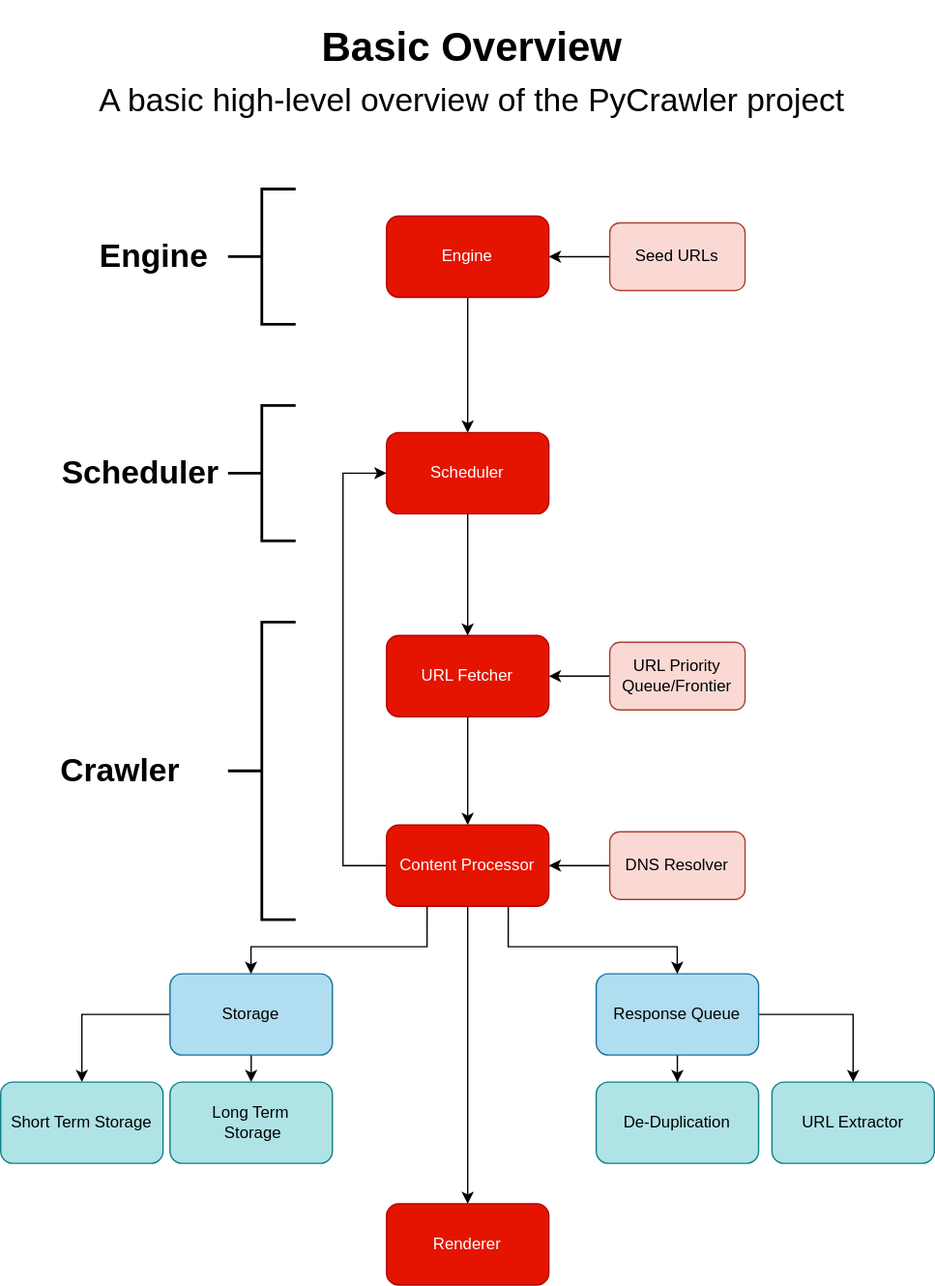
Before: SystemDesign.drawio.svg, a diagram exported from draw.io (techapostle/PyCrawler). Source tidied: cells renumbered, new cells last; positions are measured from the earlier drawing's top-left corner, leaving out a move shared by most shapes.
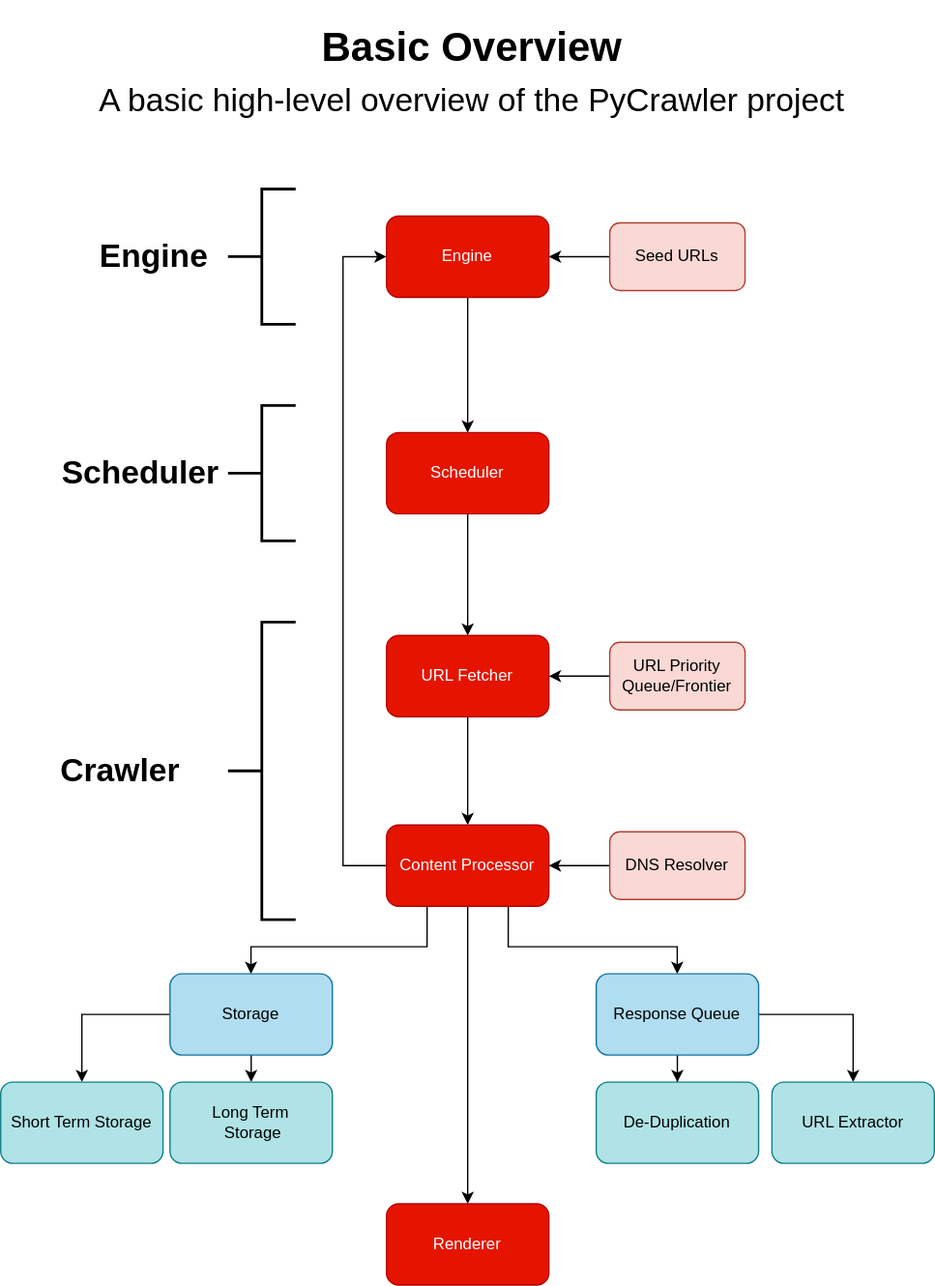
The same file after the commit.

What changed in the source:
```diff
@@ -37,11 +37,11 @@
     <mxCell id="11" style="edgeStyle=orthogonalEdgeStyle;rounded=0;jettySize=auto;html=1;exitX=0.5;exitY=1;exitDx=0;exitDy=0;" parent="1" edge="1" source="13" target="28">
       <mxGeometry relative="1" as="geometry" />
     </mxCell>
-    <mxCell id="12" style="edgeStyle=orthogonalEdgeStyle;rounded=0;jettySize=auto;html=1;entryX=0;entryY=0.5;entryDx=0;entryDy=0;" parent="1" edge="1" source="13" target="9">
+    <mxCell id="12" style="edgeStyle=orthogonalEdgeStyle;rounded=0;jettySize=auto;html=1;entryX=0;entryY=0.5;entryDx=0;entryDy=0;" parent="1" edge="1" source="13" target="30">
       <mxGeometry relative="1" as="geometry">
         <Array as="points">
           <mxPoint x="253" y="630" />
-          <mxPoint x="253" y="340" />
+          <mxPoint x="253" y="180" />
         </Array>
       </mxGeometry>
     </mxCell>
```
